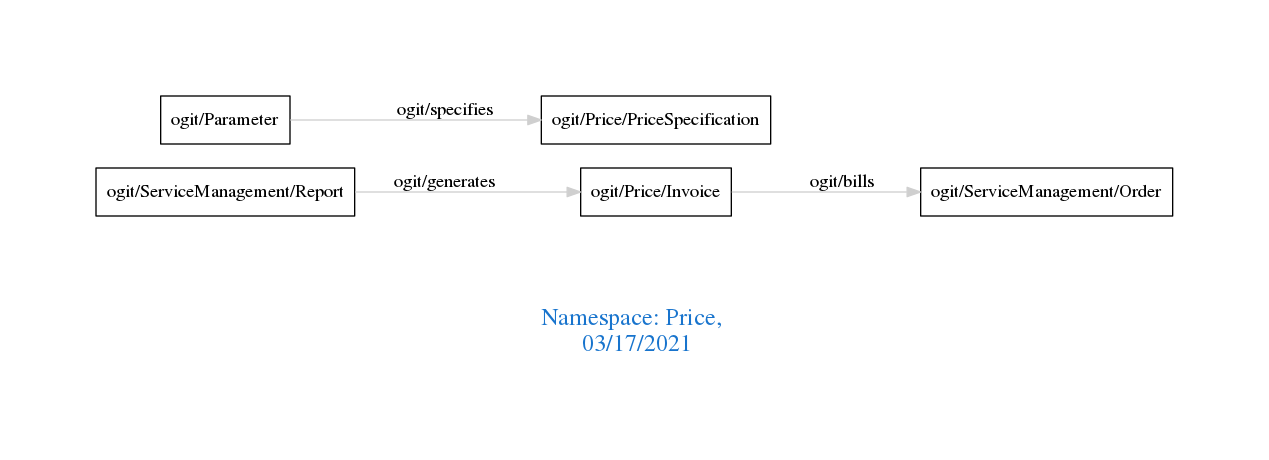
The Graphviz diagram downloads/Price.png in arago/OGIT, before a commit. Its source is kept beside it as downloads/Price.dot.
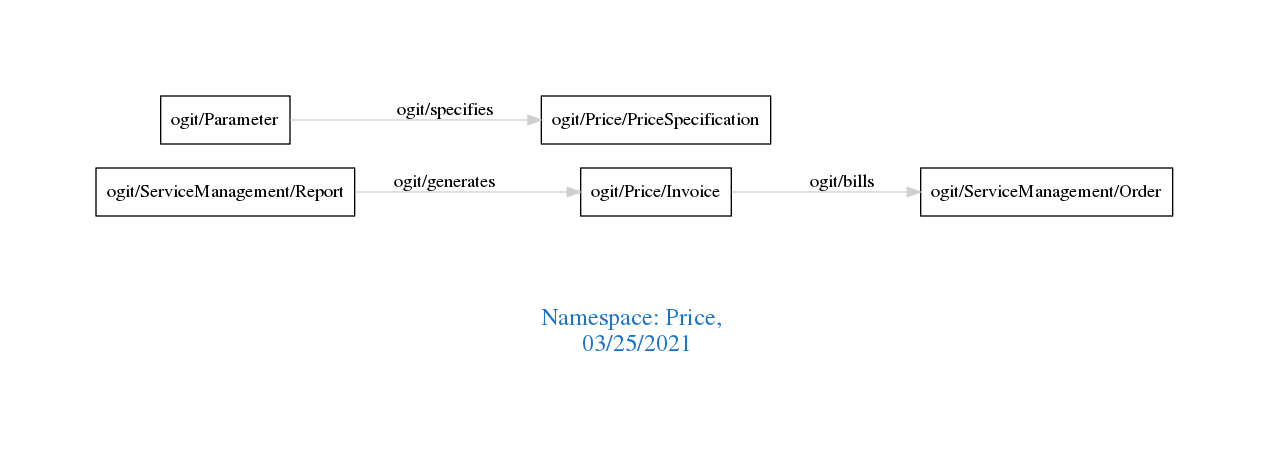
Above is the later version.

The edit, as a diff of the source:
```diff
@@ -1,7 +1,7 @@
 digraph OGIT_ontology {
  graph [ rankdir= LR,pad=1
 fontsize = 18,
-fontcolor= dodgerblue3,label = "\n\n\nNamespace: Price, \n 03/17/2021"];
+fontcolor= dodgerblue3,label = "\n\n\nNamespace: Price, \n 03/25/2021"];
 node[shape=polygon];
 edge [  color="gray81"];
 
```
